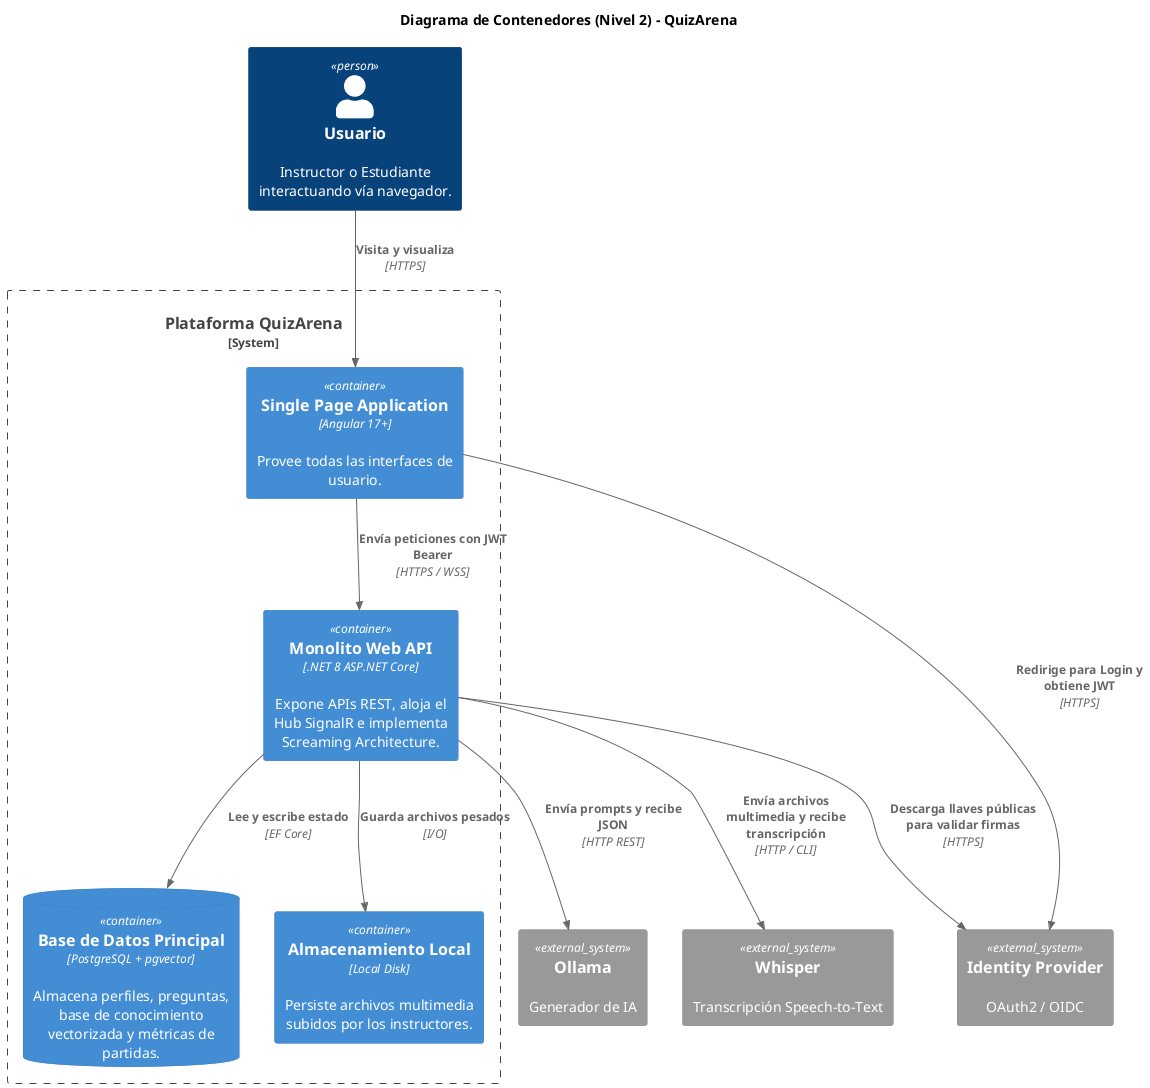
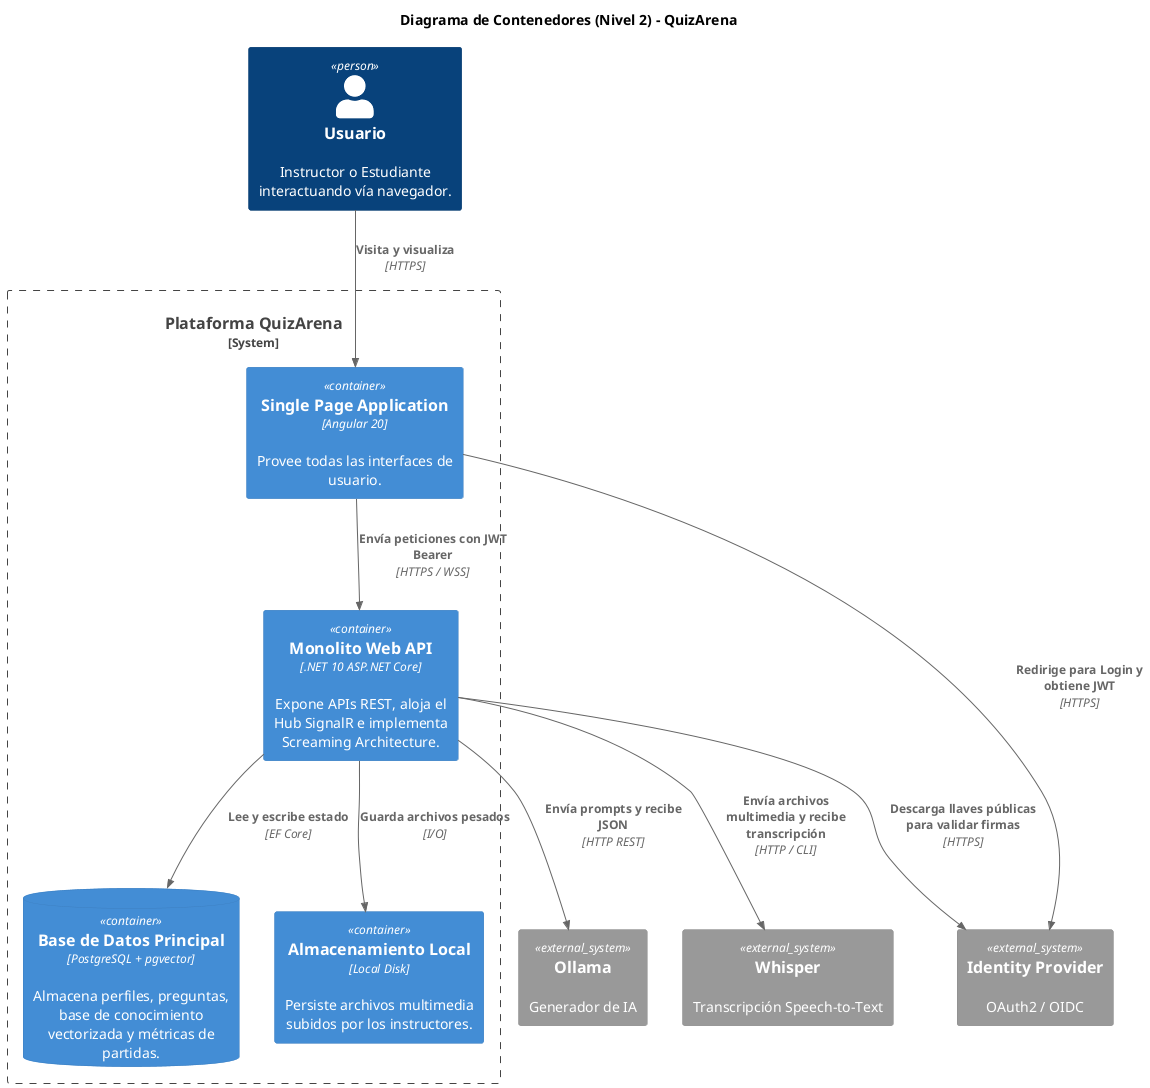
@startuml
!include <C4/C4_Container>

title Diagrama de Contenedores (Nivel 2) - QuizArena

Person(usuario, "Usuario", "Instructor o Estudiante interactuando vía navegador.")
System_Ext(ollama, "Ollama", "Generador de IA")
System_Ext(whisper, "Whisper", "Transcripción Speech-to-Text")
System_Ext(idp, "Identity Provider", "OAuth2 / OIDC")

System_Boundary(c1, "Plataforma QuizArena") {
-     Container(spa, "Single Page Application", "Angular 17+", "Provee todas las interfaces de usuario.")
-     Container(webapi, "Monolito Web API", ".NET 8 ASP.NET Core", "Expone APIs REST, aloja el Hub SignalR e implementa Screaming Architecture.")
+     Container(spa, "Single Page Application", "Angular 20", "Provee todas las interfaces de usuario.")
+     Container(webapi, "Monolito Web API", ".NET 10 ASP.NET Core", "Expone APIs REST, aloja el Hub SignalR e implementa Screaming Architecture.")
    ContainerDb(db, "Base de Datos Principal", "PostgreSQL + pgvector", "Almacena perfiles, preguntas, base de conocimiento vectorizada y métricas de partidas.")
    Container(storage, "Almacenamiento Local", "Local Disk", "Persiste archivos multimedia subidos por los instructores.")
}

Rel(usuario, spa, "Visita y visualiza", "HTTPS")
Rel(spa, idp, "Redirige para Login y obtiene JWT", "HTTPS")
Rel(spa, webapi, "Envía peticiones con JWT Bearer", "HTTPS / WSS")
Rel(webapi, idp, "Descarga llaves públicas para validar firmas", "HTTPS")
Rel(webapi, db, "Lee y escribe estado", "EF Core")
Rel(webapi, storage, "Guarda archivos pesados", "I/O")
Rel(webapi, ollama, "Envía prompts y recibe JSON", "HTTP REST")
Rel(webapi, whisper, "Envía archivos multimedia y recibe transcripción", "HTTP / CLI")
@enduml
